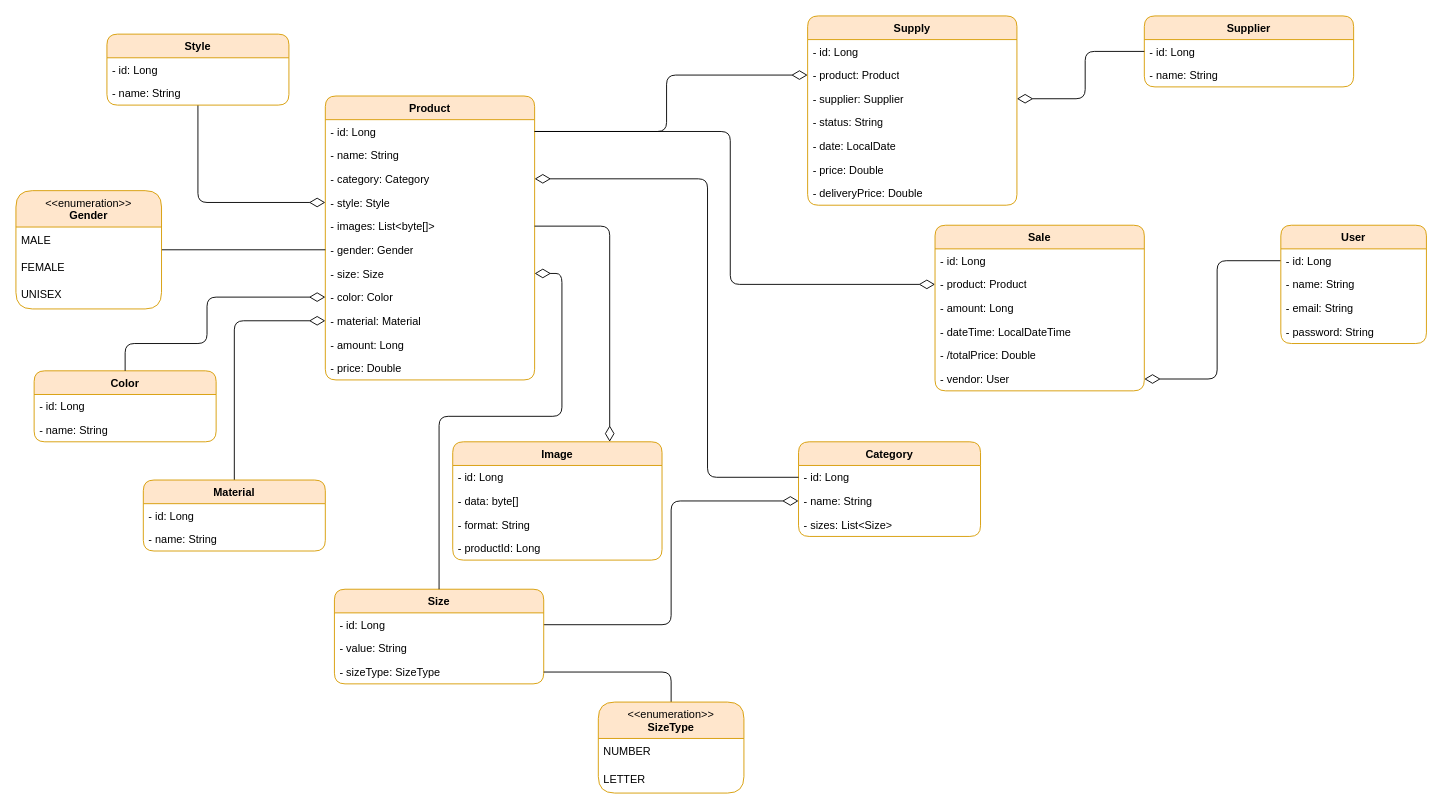
Before: page "Diagrama de Classes" (1 of 2) of docs/UML - Clothing Store.drawio in VitorPaulinoG/ClothingStore, a draw.io diagram. Source tidied: cells renumbered, new cells numbered last; positions are measured from the earlier drawing's top-left corner, leaving out a move shared by most shapes. Both pictures are drawn from the tidied source at 91%, with x=0, y=0 at pixel (15, 15).
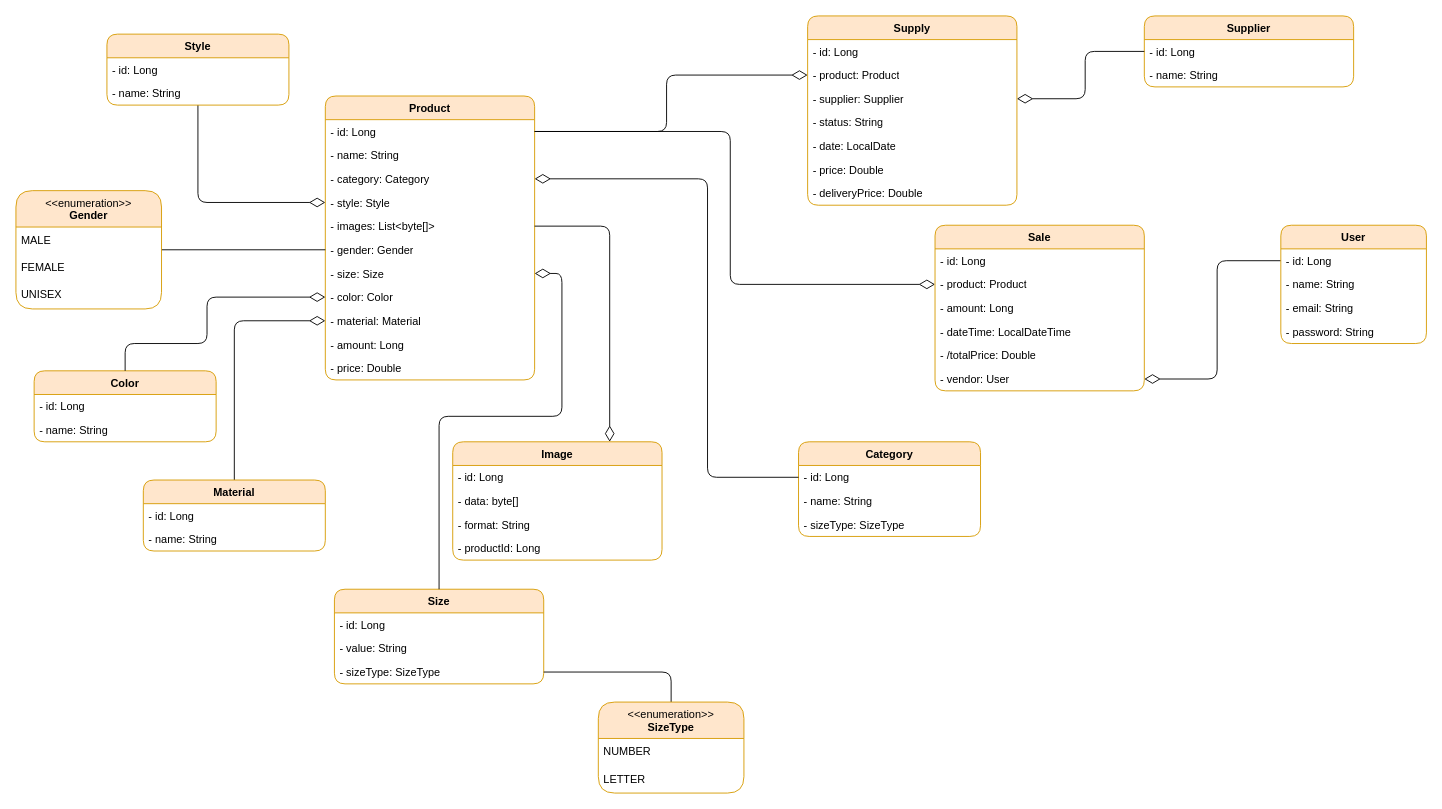
Above is the later version.

Unchanged cells that the change refers to:
```xml
<mxCell id="25" value="Category" style="swimlane;fontStyle=1;align=center;verticalAlign=top;horizontal=1;startSize=26;whiteSpace=wrap;html=1;fillColor=#ffe6cc;strokeColor=#d79b00;rounded=1;fontFamily=Cascadia Code;" parent="1" vertex="1">
  <mxGeometry x="860" y="468" width="200" height="104" as="geometry" />
</mxCell>
<mxCell id="31" value="- id: Long" style="text;strokeColor=none;fillColor=none;align=left;verticalAlign=top;spacingLeft=4;spacingRight=4;overflow=hidden;points=[[0,0.5],[1,0.5]];portConstraint=eastwest;whiteSpace=wrap;html=1;fontFamily=Cascadia Code;" parent="30" vertex="1">
  <mxGeometry y="26" width="230" height="26" as="geometry" />
</mxCell>
```

Diff of the diagram source:
```diff
@@
-    <mxCell id="28" value="- sizes: List&amp;lt;Size&amp;gt;" style="text;strokeColor=none;fillColor=none;align=left;verticalAlign=top;spacingLeft=4;spacingRight=4;overflow=hidden;whiteSpace=wrap;html=1;fontFamily=Cascadia Code;" parent="25" vertex="1">
-      <mxGeometry y="78" width="200" height="26" as="geometry" />
-    </mxCell>
-    <mxCell id="29" style="edgeStyle=orthogonalEdgeStyle;rounded=1;jettySize=auto;html=1;endArrow=diamondThin;endFill=0;endSize=15;curved=0;exitX=1;exitY=0.5;exitDx=0;exitDy=0;" parent="1" edge="1" source="31">
-      <mxGeometry relative="1" as="geometry">
-        <mxPoint x="860" y="533" as="targetPoint" />
-        <Array as="points">
-          <mxPoint x="720" y="669" />
-          <mxPoint x="720" y="533" />
-        </Array>
-      </mxGeometry>
-    </mxCell>
+    <mxCell id="79" value="- sizeType: SizeType" style="text;strokeColor=none;fillColor=none;align=left;verticalAlign=top;spacingLeft=4;spacingRight=4;overflow=hidden;whiteSpace=wrap;html=1;fontFamily=Cascadia Code;" parent="25" vertex="1">
+      <mxGeometry y="78" width="200" height="26" as="geometry" />
+    </mxCell>
```
